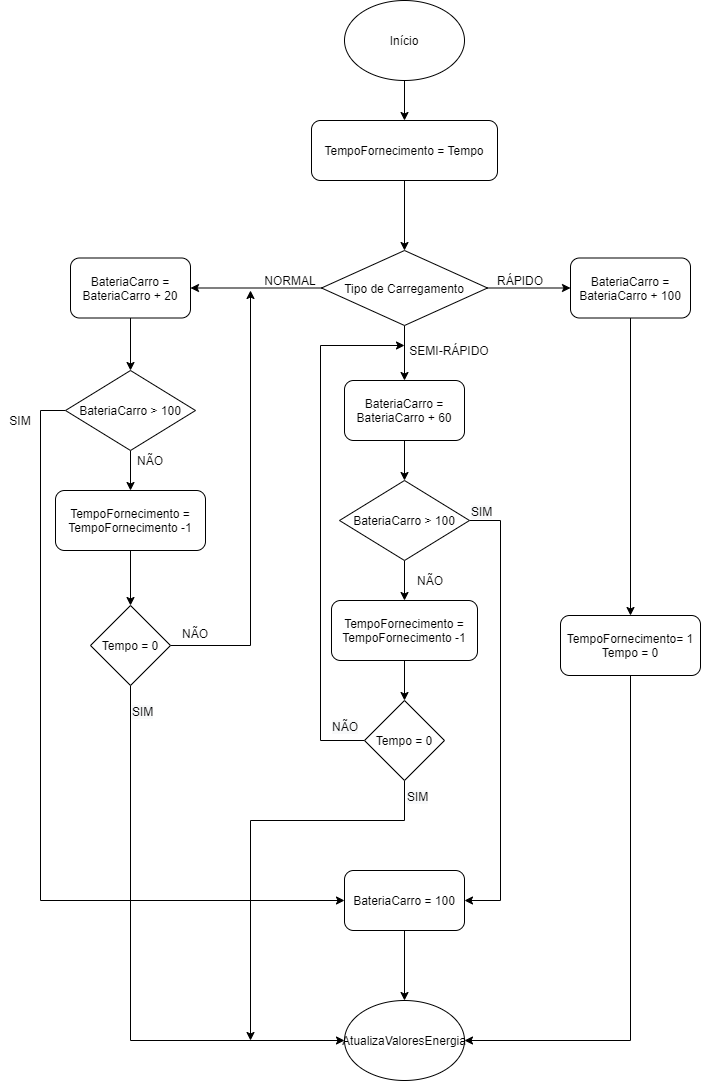
ProgRub/Proj2AC keeps this draw.io diagram as FornecerEnergia.png. Above is the earlier version. Source tidied: cells renumbered, new cells last; positions are measured from the earlier drawing's top-left corner, leaving out a move shared by most shapes.
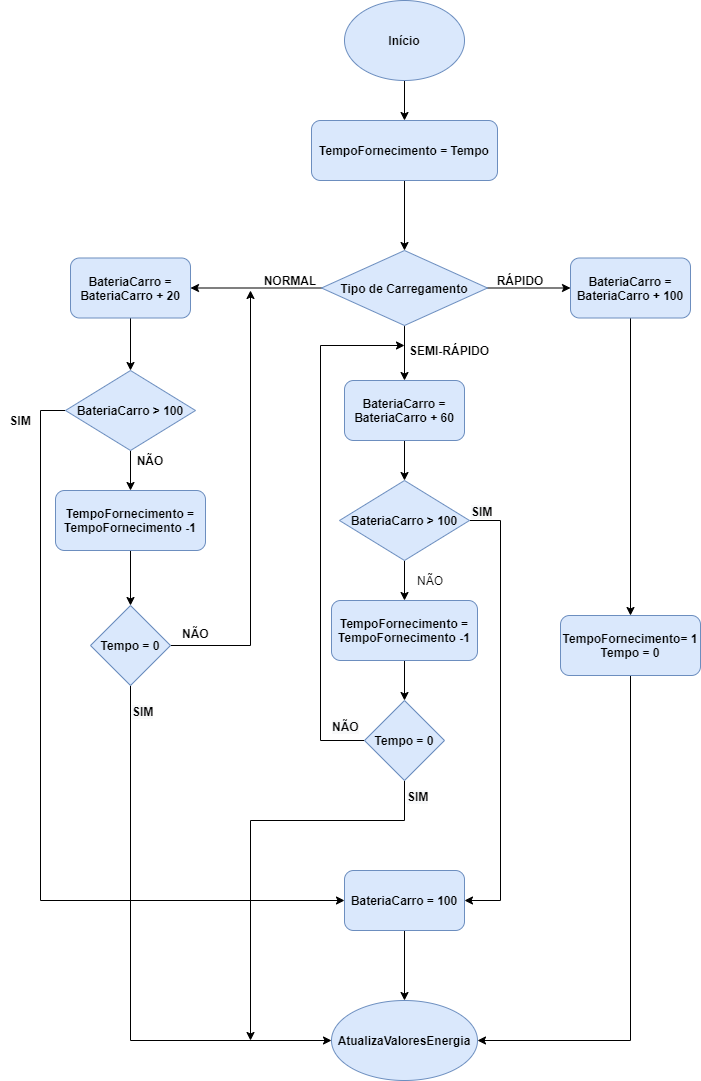
After the change.

Change to the diagram source:
```diff
@@ -5,13 +5,13 @@
     <mxCell id="2" style="edgeStyle=orthogonalEdgeStyle;rounded=0;jettySize=auto;html=1;entryX=0.5;entryY=0;entryDx=0;entryDy=0;" parent="1" edge="1" source="3" target="47">
       <mxGeometry relative="1" as="geometry" />
     </mxCell>
-    <mxCell id="3" value="Início" style="ellipse;whiteSpace=wrap;html=1;" parent="1" vertex="1">
+    <mxCell id="3" value="Início" style="ellipse;whiteSpace=wrap;html=1;fillColor=#dae8fc;strokeColor=#6c8ebf;fontStyle=1;" parent="1" vertex="1">
       <mxGeometry x="344" width="120" height="80" as="geometry" />
     </mxCell>
     <mxCell id="4" style="edgeStyle=orthogonalEdgeStyle;rounded=0;jettySize=auto;html=1;entryX=0.5;entryY=0;entryDx=0;entryDy=0;" parent="1" edge="1" source="5" target="21">
       <mxGeometry relative="1" as="geometry" />
     </mxCell>
-    <mxCell id="5" value="TempoFornecimento&amp;nbsp;= TempoFornecimento&amp;nbsp;-1" style="rounded=1;whiteSpace=wrap;html=1;" parent="1" vertex="1">
+    <mxCell id="5" value="TempoFornecimento&amp;nbsp;= TempoFornecimento&amp;nbsp;-1" style="rounded=1;whiteSpace=wrap;html=1;fontStyle=1;fillColor=#dae8fc;strokeColor=#6c8ebf;" parent="1" vertex="1">
       <mxGeometry x="55" y="490" width="150" height="60" as="geometry" />
     </mxCell>
     <mxCell id="6" style="edgeStyle=orthogonalEdgeStyle;rounded=0;jettySize=auto;html=1;" parent="1" edge="1" source="9" target="11">
@@ -23,34 +23,34 @@
     <mxCell id="8" style="edgeStyle=orthogonalEdgeStyle;rounded=0;jettySize=auto;html=1;entryX=0.5;entryY=0;entryDx=0;entryDy=0;" parent="1" edge="1" source="9" target="15">
       <mxGeometry relative="1" as="geometry" />
     </mxCell>
-    <mxCell id="9" value="Tipo de Carregamento" style="rhombus;whiteSpace=wrap;html=1;direction=south;" parent="1" vertex="1">
+    <mxCell id="9" value="Tipo de Carregamento" style="rhombus;whiteSpace=wrap;html=1;direction=south;fontStyle=1;fillColor=#dae8fc;strokeColor=#6c8ebf;" parent="1" vertex="1">
       <mxGeometry x="321" y="250" width="166" height="75" as="geometry" />
     </mxCell>
     <mxCell id="10" style="edgeStyle=orthogonalEdgeStyle;rounded=0;jettySize=auto;html=1;entryX=0.5;entryY=0;entryDx=0;entryDy=0;" parent="1" edge="1" source="11" target="24">
       <mxGeometry relative="1" as="geometry" />
     </mxCell>
-    <mxCell id="11" value="BateriaCarro = BateriaCarro + 20" style="rounded=1;whiteSpace=wrap;html=1;" parent="1" vertex="1">
+    <mxCell id="11" value="BateriaCarro = BateriaCarro + 20" style="rounded=1;whiteSpace=wrap;html=1;fontStyle=1;fillColor=#dae8fc;strokeColor=#6c8ebf;" parent="1" vertex="1">
       <mxGeometry x="70" y="257.5" width="120" height="60" as="geometry" />
     </mxCell>
     <mxCell id="12" style="edgeStyle=orthogonalEdgeStyle;rounded=0;jettySize=auto;html=1;entryX=0.5;entryY=0;entryDx=0;entryDy=0;" parent="1" edge="1" source="13" target="33">
       <mxGeometry relative="1" as="geometry" />
     </mxCell>
-    <mxCell id="13" value="&lt;span&gt;BateriaCarro = BateriaCarro + 100&lt;/span&gt;" style="rounded=1;whiteSpace=wrap;html=1;" parent="1" vertex="1">
+    <mxCell id="13" value="&lt;span&gt;BateriaCarro = BateriaCarro + 100&lt;/span&gt;" style="rounded=1;whiteSpace=wrap;html=1;fontStyle=1;fillColor=#dae8fc;strokeColor=#6c8ebf;" parent="1" vertex="1">
       <mxGeometry x="570" y="257.5" width="120" height="60" as="geometry" />
     </mxCell>
     <mxCell id="14" style="edgeStyle=orthogonalEdgeStyle;rounded=0;jettySize=auto;html=1;entryX=0.5;entryY=0;entryDx=0;entryDy=0;" parent="1" edge="1" source="15" target="28">
       <mxGeometry relative="1" as="geometry" />
     </mxCell>
-    <mxCell id="15" value="&lt;span&gt;BateriaCarro = BateriaCarro + 60&lt;/span&gt;" style="rounded=1;whiteSpace=wrap;html=1;" parent="1" vertex="1">
+    <mxCell id="15" value="&lt;span&gt;BateriaCarro = BateriaCarro + 60&lt;/span&gt;" style="rounded=1;whiteSpace=wrap;html=1;fontStyle=1;fillColor=#dae8fc;strokeColor=#6c8ebf;" parent="1" vertex="1">
       <mxGeometry x="344" y="380" width="120" height="60" as="geometry" />
     </mxCell>
-    <mxCell id="16" value="NORMAL" style="text;html=1;strokeColor=none;fillColor=none;align=center;verticalAlign=middle;whiteSpace=wrap;rounded=0;" parent="1" vertex="1">
+    <mxCell id="16" value="NORMAL" style="text;html=1;strokeColor=none;fillColor=none;align=center;verticalAlign=middle;whiteSpace=wrap;rounded=0;fontStyle=1;" parent="1" vertex="1">
       <mxGeometry x="270" y="270" width="40" height="20" as="geometry" />
     </mxCell>
-    <mxCell id="17" value="SEMI-RÁPIDO" style="text;html=1;strokeColor=none;fillColor=none;align=center;verticalAlign=middle;whiteSpace=wrap;rounded=0;" parent="1" vertex="1">
+    <mxCell id="17" value="SEMI-RÁPIDO" style="text;html=1;strokeColor=none;fillColor=none;align=center;verticalAlign=middle;whiteSpace=wrap;rounded=0;fontStyle=1;" parent="1" vertex="1">
       <mxGeometry x="404" y="340" width="90" height="20" as="geometry" />
     </mxCell>
-    <mxCell id="18" value="RÁPIDO" style="text;html=1;strokeColor=none;fillColor=none;align=center;verticalAlign=middle;whiteSpace=wrap;rounded=0;" parent="1" vertex="1">
+    <mxCell id="18" value="RÁPIDO" style="text;html=1;strokeColor=none;fillColor=none;align=center;verticalAlign=middle;whiteSpace=wrap;rounded=0;fontStyle=1;" parent="1" vertex="1">
       <mxGeometry x="500" y="270" width="40" height="20" as="geometry" />
     </mxCell>
     <mxCell id="19" style="edgeStyle=orthogonalEdgeStyle;rounded=0;jettySize=auto;html=1;" parent="1" edge="1" source="21">
@@ -65,7 +65,7 @@
         </Array>
       </mxGeometry>
     </mxCell>
-    <mxCell id="21" value="Tempo = 0" style="rhombus;whiteSpace=wrap;html=1;" parent="1" vertex="1">
+    <mxCell id="21" value="Tempo = 0" style="rhombus;whiteSpace=wrap;html=1;fontStyle=1;fillColor=#dae8fc;strokeColor=#6c8ebf;" parent="1" vertex="1">
       <mxGeometry x="90" y="605" width="80" height="80" as="geometry" />
     </mxCell>
     <mxCell id="22" style="edgeStyle=orthogonalEdgeStyle;rounded=0;jettySize=auto;html=1;entryX=0.5;entryY=0;entryDx=0;entryDy=0;" parent="1" edge="1" source="24" target="5">
@@ -79,10 +79,10 @@
         </Array>
       </mxGeometry>
     </mxCell>
-    <mxCell id="24" value="BateriaCarro &amp;gt; 100" style="rhombus;whiteSpace=wrap;html=1;" parent="1" vertex="1">
+    <mxCell id="24" value="BateriaCarro &amp;gt; 100" style="rhombus;whiteSpace=wrap;html=1;fontStyle=1;fillColor=#dae8fc;strokeColor=#6c8ebf;" parent="1" vertex="1">
       <mxGeometry x="65" y="370" width="130" height="80" as="geometry" />
     </mxCell>
-    <mxCell id="25" value="NÃO" style="text;html=1;strokeColor=none;fillColor=none;align=center;verticalAlign=middle;whiteSpace=wrap;rounded=0;" parent="1" vertex="1">
+    <mxCell id="25" value="NÃO" style="text;html=1;strokeColor=none;fillColor=none;align=center;verticalAlign=middle;whiteSpace=wrap;rounded=0;fontStyle=1;" parent="1" vertex="1">
       <mxGeometry x="130" y="450" width="40" height="20" as="geometry" />
     </mxCell>
     <mxCell id="26" style="edgeStyle=orthogonalEdgeStyle;rounded=0;jettySize=auto;html=1;entryX=0.5;entryY=0;entryDx=0;entryDy=0;" parent="1" edge="1" source="28" target="31">
@@ -96,7 +96,7 @@
         </Array>
       </mxGeometry>
     </mxCell>
-    <mxCell id="28" value="BateriaCarro &amp;gt; 100" style="rhombus;whiteSpace=wrap;html=1;" parent="1" vertex="1">
+    <mxCell id="28" value="BateriaCarro &amp;gt; 100" style="rhombus;whiteSpace=wrap;html=1;fontStyle=1;fillColor=#dae8fc;strokeColor=#6c8ebf;" parent="1" vertex="1">
       <mxGeometry x="339" y="480" width="130" height="80" as="geometry" />
     </mxCell>
     <mxCell id="29" value="NÃO" style="text;html=1;strokeColor=none;fillColor=none;align=center;verticalAlign=middle;whiteSpace=wrap;rounded=0;" parent="1" vertex="1">
@@ -105,7 +105,7 @@
     <mxCell id="30" style="edgeStyle=orthogonalEdgeStyle;rounded=0;jettySize=auto;html=1;entryX=0.5;entryY=0;entryDx=0;entryDy=0;" parent="1" edge="1" source="31" target="36">
       <mxGeometry relative="1" as="geometry" />
     </mxCell>
-    <mxCell id="31" value="TempoFornecimento&amp;nbsp;= TempoFornecimento&amp;nbsp;-1" style="rounded=1;whiteSpace=wrap;html=1;" parent="1" vertex="1">
+    <mxCell id="31" value="TempoFornecimento&amp;nbsp;= TempoFornecimento&amp;nbsp;-1" style="rounded=1;whiteSpace=wrap;html=1;fontStyle=1;fillColor=#dae8fc;strokeColor=#6c8ebf;" parent="1" vertex="1">
       <mxGeometry x="331" y="600" width="146" height="60" as="geometry" />
     </mxCell>
     <mxCell id="32" style="edgeStyle=orthogonalEdgeStyle;rounded=0;jettySize=auto;html=1;entryX=1;entryY=0.5;entryDx=0;entryDy=0;" parent="1" edge="1" source="33" target="43">
@@ -115,7 +115,7 @@
         </Array>
       </mxGeometry>
     </mxCell>
-    <mxCell id="33" value="TempoFornecimento= 1&lt;br&gt;Tempo = 0" style="rounded=1;whiteSpace=wrap;html=1;" parent="1" vertex="1">
+    <mxCell id="33" value="TempoFornecimento= 1&lt;br&gt;Tempo = 0" style="rounded=1;whiteSpace=wrap;html=1;fontStyle=1;fillColor=#dae8fc;strokeColor=#6c8ebf;" parent="1" vertex="1">
       <mxGeometry x="560" y="615" width="140" height="60" as="geometry" />
     </mxCell>
     <mxCell id="34" style="edgeStyle=orthogonalEdgeStyle;rounded=0;jettySize=auto;html=1;entryX=0;entryY=0.25;entryDx=0;entryDy=0;" parent="1" edge="1" source="36" target="17">
@@ -135,40 +135,40 @@
         </Array>
       </mxGeometry>
     </mxCell>
-    <mxCell id="36" value="Tempo = 0" style="rhombus;whiteSpace=wrap;html=1;" parent="1" vertex="1">
+    <mxCell id="36" value="Tempo = 0" style="rhombus;whiteSpace=wrap;html=1;fontStyle=1;fillColor=#dae8fc;strokeColor=#6c8ebf;" parent="1" vertex="1">
       <mxGeometry x="364" y="700" width="80" height="80" as="geometry" />
     </mxCell>
     <mxCell id="37" style="edgeStyle=orthogonalEdgeStyle;rounded=0;jettySize=auto;html=1;entryX=0.5;entryY=0;entryDx=0;entryDy=0;" parent="1" edge="1" source="38" target="43">
       <mxGeometry relative="1" as="geometry" />
     </mxCell>
-    <mxCell id="38" value="BateriaCarro = 100" style="rounded=1;whiteSpace=wrap;html=1;" parent="1" vertex="1">
+    <mxCell id="38" value="BateriaCarro = 100" style="rounded=1;whiteSpace=wrap;html=1;fontStyle=1;fillColor=#dae8fc;strokeColor=#6c8ebf;" parent="1" vertex="1">
       <mxGeometry x="344" y="870" width="120" height="60" as="geometry" />
     </mxCell>
-    <mxCell id="39" value="SIM" style="text;html=1;strokeColor=none;fillColor=none;align=center;verticalAlign=middle;whiteSpace=wrap;rounded=0;" parent="1" vertex="1">
+    <mxCell id="39" value="SIM" style="text;html=1;strokeColor=none;fillColor=none;align=center;verticalAlign=middle;whiteSpace=wrap;rounded=0;fontStyle=1;" parent="1" vertex="1">
       <mxGeometry y="410" width="40" height="20" as="geometry" />
     </mxCell>
-    <mxCell id="40" value="&lt;div&gt;&#10;&#10;&lt;!--StartFragment--&gt;&lt;span style=&quot;color: rgb(0, 0, 0); font-family: Helvetica; font-size: 12px; font-style: normal; font-variant-ligatures: normal; font-variant-caps: normal; font-weight: 400; letter-spacing: normal; orphans: 2; text-align: center; text-indent: 0px; text-transform: none; widows: 2; word-spacing: 0px; -webkit-text-stroke-width: 0px; background-color: rgb(248, 249, 250); text-decoration-style: initial; text-decoration-color: initial; float: none; display: inline !important;&quot;&gt;SIM&lt;/span&gt;&lt;!--EndFragment--&gt;&#10;&#10;&lt;/div&gt;" style="text;whiteSpace=wrap;html=1;" parent="1" vertex="1">
+    <mxCell id="40" value="&lt;div&gt;&#10;&#10;&lt;!--StartFragment--&gt;&lt;span style=&quot;color: rgb(0, 0, 0); font-family: Helvetica; font-size: 12px; font-style: normal; font-variant-ligatures: normal; font-variant-caps: normal; letter-spacing: normal; orphans: 2; text-align: center; text-indent: 0px; text-transform: none; widows: 2; word-spacing: 0px; -webkit-text-stroke-width: 0px; background-color: rgb(248, 249, 250); text-decoration-style: initial; text-decoration-color: initial; float: none; display: inline !important;&quot;&gt;SIM&lt;/span&gt;&lt;!--EndFragment--&gt;&#10;&#10;&lt;/div&gt;" style="text;whiteSpace=wrap;html=1;fontStyle=1;" parent="1" vertex="1">
       <mxGeometry x="469" y="470" width="50" height="70" as="geometry" />
     </mxCell>
-    <mxCell id="41" value="&lt;div&gt;NÃO&lt;/div&gt;" style="text;whiteSpace=wrap;html=1;" parent="1" vertex="1">
+    <mxCell id="41" value="&lt;div&gt;NÃO&lt;/div&gt;" style="text;whiteSpace=wrap;html=1;fontStyle=1;" parent="1" vertex="1">
       <mxGeometry x="180" y="620" width="50" height="20" as="geometry" />
     </mxCell>
-    <mxCell id="42" value="&lt;div&gt;&#10;&#10;&lt;!--StartFragment--&gt;&lt;span style=&quot;color: rgb(0, 0, 0); font-family: Helvetica; font-size: 12px; font-style: normal; font-variant-ligatures: normal; font-variant-caps: normal; font-weight: 400; letter-spacing: normal; orphans: 2; text-align: left; text-indent: 0px; text-transform: none; widows: 2; word-spacing: 0px; -webkit-text-stroke-width: 0px; background-color: rgb(248, 249, 250); text-decoration-style: initial; text-decoration-color: initial; float: none; display: inline !important;&quot;&gt;NÃO&lt;/span&gt;&lt;!--EndFragment--&gt;&#10;&#10;&lt;/div&gt;" style="text;whiteSpace=wrap;html=1;" parent="1" vertex="1">
+    <mxCell id="42" value="&lt;div&gt;&#10;&#10;&lt;!--StartFragment--&gt;&lt;span style=&quot;color: rgb(0, 0, 0); font-family: Helvetica; font-size: 12px; font-style: normal; font-variant-ligatures: normal; font-variant-caps: normal; letter-spacing: normal; orphans: 2; text-align: left; text-indent: 0px; text-transform: none; widows: 2; word-spacing: 0px; -webkit-text-stroke-width: 0px; background-color: rgb(248, 249, 250); text-decoration-style: initial; text-decoration-color: initial; float: none; display: inline !important;&quot;&gt;NÃO&lt;/span&gt;&lt;!--EndFragment--&gt;&#10;&#10;&lt;/div&gt;" style="text;whiteSpace=wrap;html=1;fontStyle=1;" parent="1" vertex="1">
       <mxGeometry x="330" y="685" width="50" height="70" as="geometry" />
     </mxCell>
-    <mxCell id="43" value="AtualizaValoresEnergia" style="ellipse;whiteSpace=wrap;html=1;" parent="1" vertex="1">
-      <mxGeometry x="344" y="1000" width="120" height="80" as="geometry" />
+    <mxCell id="43" value="AtualizaValoresEnergia" style="ellipse;whiteSpace=wrap;html=1;fontStyle=1;fillColor=#dae8fc;strokeColor=#6c8ebf;" parent="1" vertex="1">
+      <mxGeometry x="331" y="1000" width="146" height="80" as="geometry" />
     </mxCell>
-    <mxCell id="44" value="&lt;div&gt;&#10;&#10;&lt;!--StartFragment--&gt;&lt;span style=&quot;color: rgb(0, 0, 0); font-family: Helvetica; font-size: 12px; font-style: normal; font-variant-ligatures: normal; font-variant-caps: normal; font-weight: 400; letter-spacing: normal; orphans: 2; text-align: center; text-indent: 0px; text-transform: none; widows: 2; word-spacing: 0px; -webkit-text-stroke-width: 0px; background-color: rgb(248, 249, 250); text-decoration-style: initial; text-decoration-color: initial; float: none; display: inline !important;&quot;&gt;SIM&lt;/span&gt;&lt;!--EndFragment--&gt;&#10;&#10;&lt;/div&gt;" style="text;whiteSpace=wrap;html=1;" parent="1" vertex="1">
+    <mxCell id="44" value="&lt;div&gt;&#10;&#10;&lt;!--StartFragment--&gt;&lt;span style=&quot;color: rgb(0, 0, 0); font-family: Helvetica; font-size: 12px; font-style: normal; font-variant-ligatures: normal; font-variant-caps: normal; letter-spacing: normal; orphans: 2; text-align: center; text-indent: 0px; text-transform: none; widows: 2; word-spacing: 0px; -webkit-text-stroke-width: 0px; background-color: rgb(248, 249, 250); text-decoration-style: initial; text-decoration-color: initial; float: none; display: inline !important;&quot;&gt;SIM&lt;/span&gt;&lt;!--EndFragment--&gt;&#10;&#10;&lt;/div&gt;" style="text;whiteSpace=wrap;html=1;fontStyle=1;" parent="1" vertex="1">
       <mxGeometry x="130" y="670" width="50" height="70" as="geometry" />
     </mxCell>
-    <mxCell id="45" value="&lt;div&gt;&#10;&#10;&lt;!--StartFragment--&gt;&lt;span style=&quot;color: rgb(0, 0, 0); font-family: Helvetica; font-size: 12px; font-style: normal; font-variant-ligatures: normal; font-variant-caps: normal; font-weight: 400; letter-spacing: normal; orphans: 2; text-align: center; text-indent: 0px; text-transform: none; widows: 2; word-spacing: 0px; -webkit-text-stroke-width: 0px; background-color: rgb(248, 249, 250); text-decoration-style: initial; text-decoration-color: initial; float: none; display: inline !important;&quot;&gt;SIM&lt;/span&gt;&lt;!--EndFragment--&gt;&#10;&#10;&lt;/div&gt;" style="text;whiteSpace=wrap;html=1;" parent="1" vertex="1">
+    <mxCell id="45" value="&lt;div&gt;&#10;&#10;&lt;!--StartFragment--&gt;&lt;span style=&quot;color: rgb(0, 0, 0); font-family: Helvetica; font-size: 12px; font-style: normal; font-variant-ligatures: normal; font-variant-caps: normal; letter-spacing: normal; orphans: 2; text-align: center; text-indent: 0px; text-transform: none; widows: 2; word-spacing: 0px; -webkit-text-stroke-width: 0px; background-color: rgb(248, 249, 250); text-decoration-style: initial; text-decoration-color: initial; float: none; display: inline !important;&quot;&gt;SIM&lt;/span&gt;&lt;!--EndFragment--&gt;&#10;&#10;&lt;/div&gt;" style="text;whiteSpace=wrap;html=1;fontStyle=1;" parent="1" vertex="1">
       <mxGeometry x="405" y="755" width="50" height="70" as="geometry" />
     </mxCell>
     <mxCell id="46" style="edgeStyle=orthogonalEdgeStyle;rounded=0;jettySize=auto;html=1;entryX=0;entryY=0.5;entryDx=0;entryDy=0;" parent="1" edge="1" source="47" target="9">
       <mxGeometry relative="1" as="geometry" />
     </mxCell>
-    <mxCell id="47" value="TempoFornecimento = Tempo" style="rounded=1;whiteSpace=wrap;html=1;" parent="1" vertex="1">
+    <mxCell id="47" value="TempoFornecimento = Tempo" style="rounded=1;whiteSpace=wrap;html=1;fillColor=#dae8fc;strokeColor=#6c8ebf;fontStyle=1;" parent="1" vertex="1">
       <mxGeometry x="311" y="120" width="186" height="60" as="geometry" />
     </mxCell>
   </root>
```
